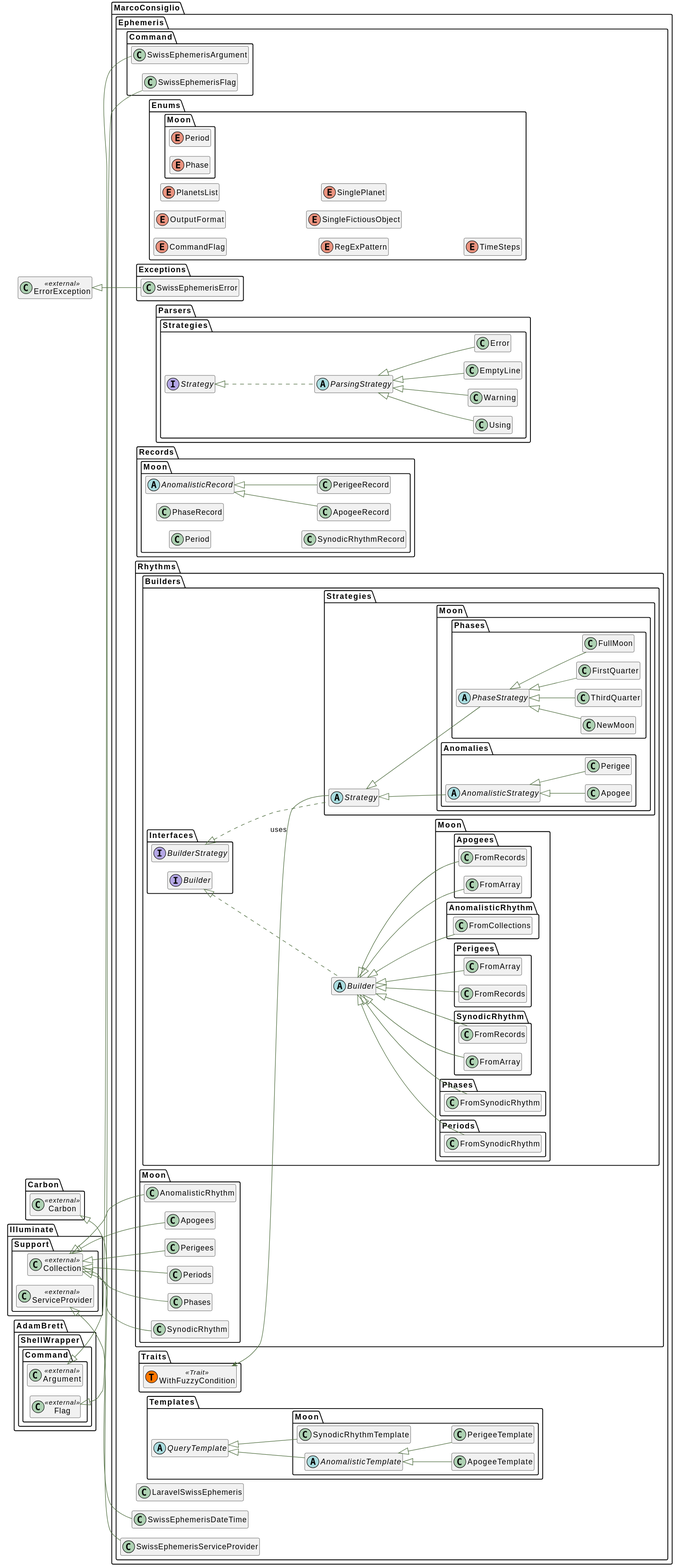
The PlantUML diagram docs/html/graphs/classes.svg in MarcoConsiglio/laravel-swiss-ephemeris, before a commit.
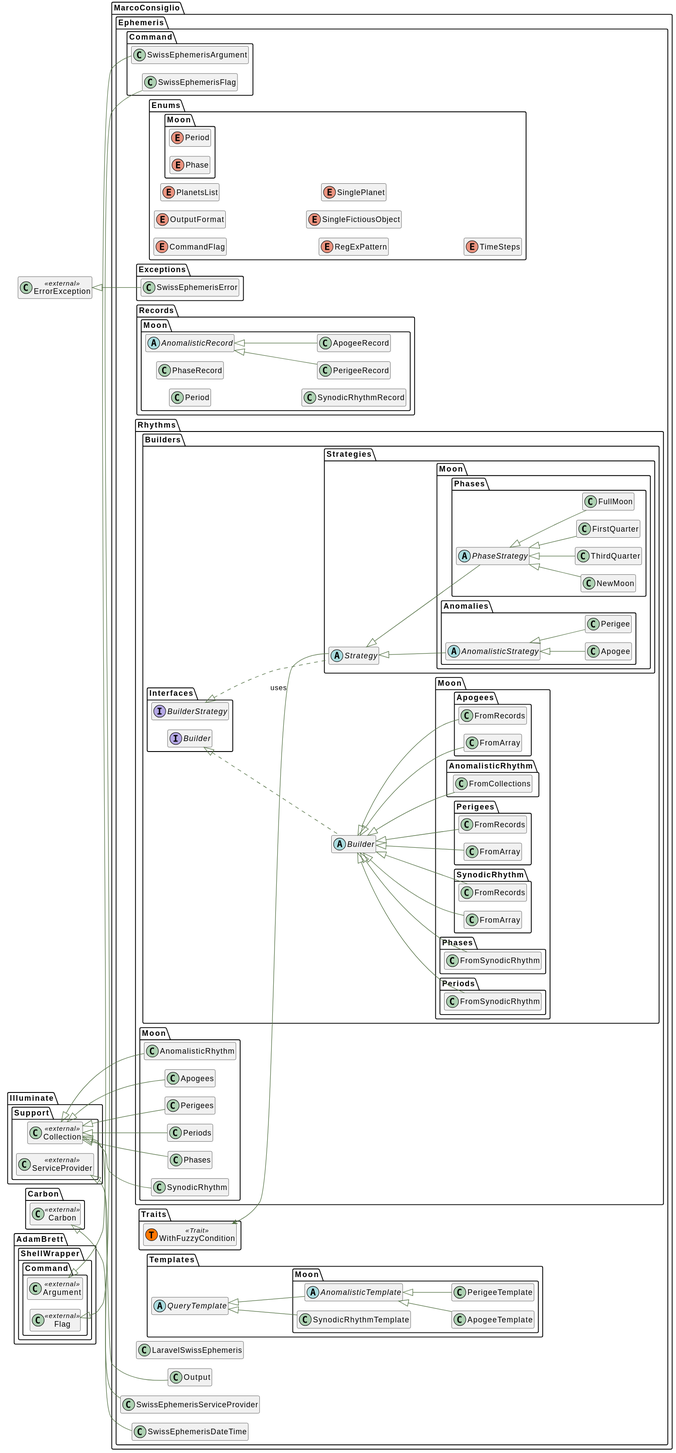
After the commit.

The edit, as a diff of the source:
```diff
@@ -15,6 +15,14 @@
 
 namespace MarcoConsiglio\\Ephemeris {
      class "LaravelSwissEphemeris" as LaravelSwissEphemeris__class    {
+    }
+}
+namespace Illuminate\\Support {
+    class "Collection" as Collection__class << external >>{
+    }
+}
+namespace MarcoConsiglio\\Ephemeris {
+     class "Output" as Output__class   extends \\Illuminate\\Support\\Collection__class  {
     }
 }
 namespace Carbon {
@@ -89,30 +97,6 @@
 }
 namespace MarcoConsiglio\\Ephemeris\\Exceptions {
      class "SwissEphemerisError" as SwissEphemerisError__class   extends \\ErrorException__class  {
-    }
-}
-namespace MarcoConsiglio\\Ephemeris\\Parsers\\Strategies {
-    interface "Strategy" as Strategy__interface  {
-    }
-}
-namespace MarcoConsiglio\\Ephemeris\\Parsers\\Strategies {
-    abstract  class "ParsingStrategy" as ParsingStrategy__class    implements \\MarcoConsiglio\\Ephemeris\\Parsers\\Strategies\\Strategy__interface {
-    }
-}
-namespace MarcoConsiglio\\Ephemeris\\Parsers\\Strategies {
-     class "EmptyLine" as EmptyLine__class   extends \\MarcoConsiglio\\Ephemeris\\Parsers\\Strategies\\ParsingStrategy__class  {
-    }
-}
-namespace MarcoConsiglio\\Ephemeris\\Parsers\\Strategies {
-     class "Error" as Error__class   extends \\MarcoConsiglio\\Ephemeris\\Parsers\\Strategies\\ParsingStrategy__class  {
-    }
-}
-namespace MarcoConsiglio\\Ephemeris\\Parsers\\Strategies {
-     class "Using" as Using__class   extends \\MarcoConsiglio\\Ephemeris\\Parsers\\Strategies\\ParsingStrategy__class  {
-    }
-}
-namespace MarcoConsiglio\\Ephemeris\\Parsers\\Strategies {
-     class "Warning" as Warning__class   extends \\MarcoConsiglio\\Ephemeris\\Parsers\\Strategies\\ParsingStrategy__class  {
     }
 }
 namespace MarcoConsiglio\\Ephemeris\\Records\\Moon {
@@ -228,10 +212,6 @@
      class "ThirdQuarter" as ThirdQuarter__class   extends \\MarcoConsiglio\\Ephemeris\\Rhythms\\Builders\\Strategies\\Moon\\Phases\\PhaseStrategy__class  {
     }
 }
-namespace Illuminate\\Support {
-    class "Collection" as Collection__class << external >>{
-    }
-}
 namespace MarcoConsiglio\\Ephemeris\\Rhythms\\Moon {
      class "AnomalisticRhythm" as AnomalisticRhythm__class   extends \\Illuminate\\Support\\Collection__class  {
     }
```
